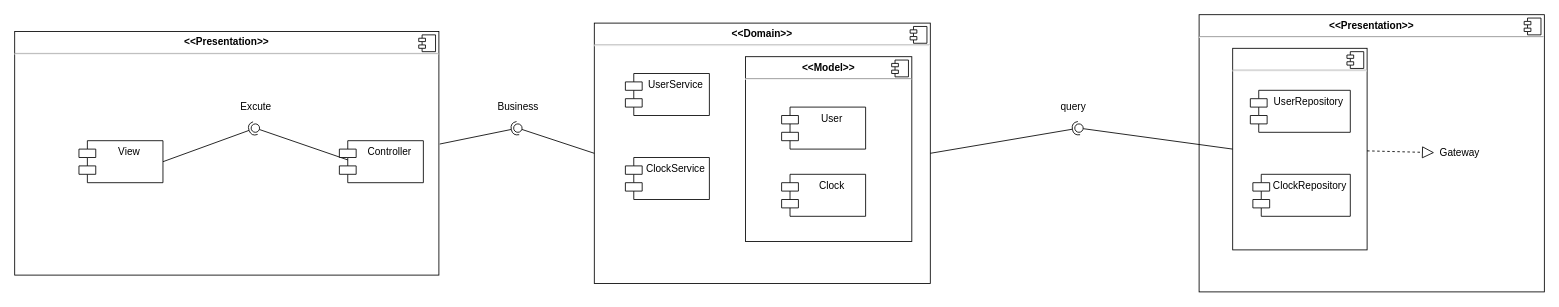
This is page "Component" (5 of 5) of Draw/Cloc.drawio from TMChi3n/clock-web, a draw.io file, before an edit. Source tidied: cells renumbered, new cells numbered last; positions are measured from the earlier drawing's top-left corner, leaving out a move shared by most shapes. Both pictures are drawn from the tidied source at 84%, with x=0, y=0 at pixel (14, 14).
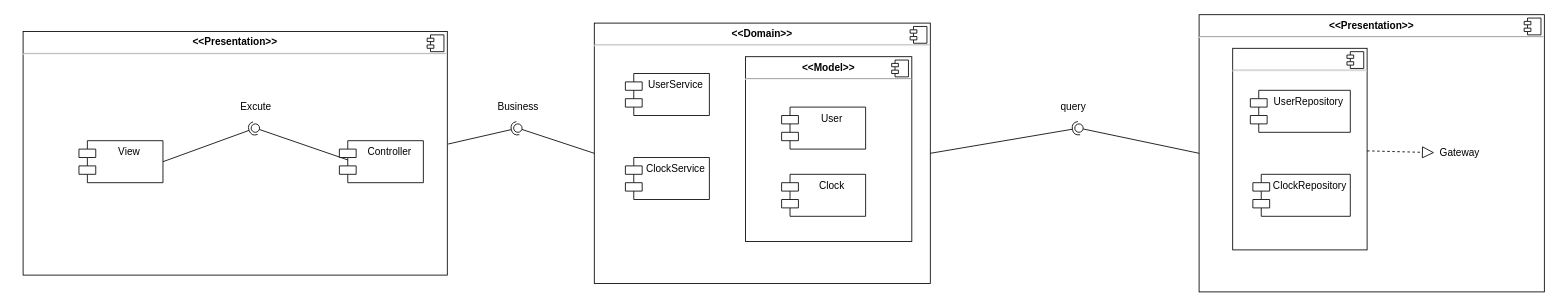
Above is the later version.

Unchanged cells that the change refers to:
```xml
<mxCell id="12" style="ellipse;whiteSpace=wrap;html=1;fontFamily=Helvetica;fontSize=12;fontColor=#000000;align=center;strokeColor=#000000;fillColor=#ffffff;points=[];" parent="1" vertex="1">
  <mxGeometry x="1262" y="130" width="10" height="10" as="geometry" />
</mxCell>
<mxCell id="18" value="&lt;p style=&quot;margin: 0px ; margin-top: 6px ; text-align: center&quot;&gt;&lt;br&gt;&lt;/p&gt;&lt;hr&gt;&lt;p style=&quot;margin: 0px ; margin-left: 8px&quot;&gt;&lt;br&gt;&lt;/p&gt;" style="align=left;overflow=fill;html=1;fillColor=none;" parent="1" vertex="1">
  <mxGeometry x="1450" y="40" width="160" height="240" as="geometry" />
</mxCell>
<mxCell id="32" value="&lt;p style=&quot;margin: 0px ; margin-top: 6px ; text-align: center&quot;&gt;&lt;b&gt;&amp;lt;&amp;lt;Presentation&amp;gt;&amp;gt;&lt;/b&gt;&lt;/p&gt;&lt;hr&gt;&lt;p style=&quot;margin: 0px ; margin-left: 8px&quot;&gt;&lt;br&gt;&lt;/p&gt;" style="align=left;overflow=fill;html=1;fillColor=none;" parent="1" vertex="1">
  <mxGeometry x="1410" width="411" height="330" as="geometry" />
</mxCell>
```

The edit, as a diff of the source:
```diff
@@
-    <mxCell id="10" style="rounded=0;jettySize=auto;html=1;endArrow=none;endFill=0;exitX=0;exitY=0.5;exitDx=0;exitDy=0;" parent="1" edge="1" source="18" target="12">
+    <mxCell id="10" style="rounded=0;jettySize=auto;html=1;endArrow=none;endFill=0;exitX=0;exitY=0.5;exitDx=0;exitDy=0;" parent="1" edge="1" source="32" target="12">
       <mxGeometry relative="1" as="geometry" />
     </mxCell>
@@
     <mxCell id="14" value="&lt;p style=&quot;margin: 0px ; margin-top: 6px ; text-align: center&quot;&gt;&lt;b&gt;&amp;lt;&amp;lt;Presentation&amp;gt;&amp;gt;&lt;/b&gt;&lt;/p&gt;&lt;hr&gt;&lt;p style=&quot;margin: 0px ; margin-left: 8px&quot;&gt;&lt;br&gt;&lt;/p&gt;" style="align=left;overflow=fill;html=1;fillColor=none;" parent="1" vertex="1">
-      <mxGeometry y="20" width="505" height="290" as="geometry" />
+      <mxGeometry x="10" y="20" width="505" height="290" as="geometry" />
     </mxCell>
```
